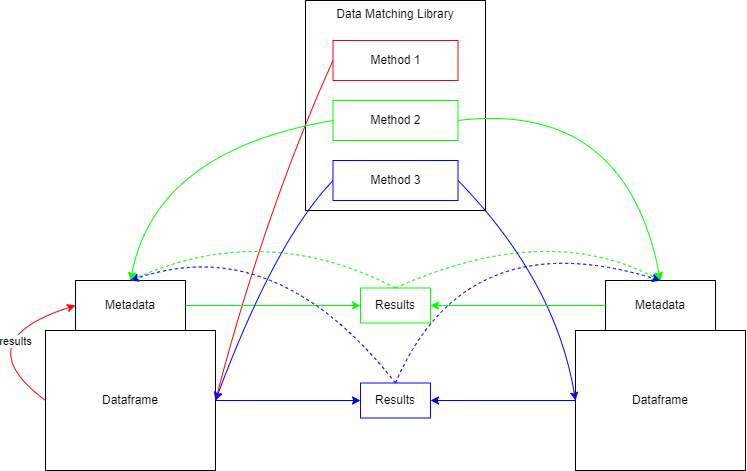
The draw.io diagram figures/data_matching_library/data_matching_library.png in AAUDataDiscovery/AAUReport, before a commit. Source tidied: cells renumbered, new cells last; positions are measured from the earlier drawing's top-left corner, leaving out a move shared by most shapes. Source of this version:
```xml
<mxGraphModel>
  <root>
    <mxCell id="0" />
    <mxCell id="1" parent="0" />
    <mxCell id="2" value="Data Matching Library" style="rounded=0;whiteSpace=wrap;html=1;verticalAlign=top;" parent="1" vertex="1">
      <mxGeometry x="340" width="180" height="210" as="geometry" />
    </mxCell>
    <mxCell id="3" value="Method 1" style="rounded=0;whiteSpace=wrap;html=1;strokeColor=#FF0000;" parent="1" vertex="1">
      <mxGeometry x="367.5" y="40" width="125" height="40" as="geometry" />
    </mxCell>
    <mxCell id="4" value="Method 2" style="rounded=0;whiteSpace=wrap;html=1;strokeColor=#00FF00;" parent="1" vertex="1">
      <mxGeometry x="367.5" y="100" width="125" height="40" as="geometry" />
    </mxCell>
    <mxCell id="5" value="Method 3" style="rounded=0;whiteSpace=wrap;html=1;strokeColor=#0000FF;" parent="1" vertex="1">
      <mxGeometry x="367.5" y="160" width="125" height="40" as="geometry" />
    </mxCell>
    <mxCell id="6" value="Dataframe" style="rounded=0;whiteSpace=wrap;html=1;verticalAlign=middle;" parent="1" vertex="1">
      <mxGeometry x="80" y="330" width="170" height="140" as="geometry" />
    </mxCell>
    <mxCell id="7" value="Metadata" style="rounded=0;whiteSpace=wrap;html=1;verticalAlign=middle;" parent="1" vertex="1">
      <mxGeometry x="110" y="280" width="110" height="50" as="geometry" />
    </mxCell>
    <mxCell id="8" value="Dataframe" style="rounded=0;whiteSpace=wrap;html=1;verticalAlign=middle;" parent="1" vertex="1">
      <mxGeometry x="610" y="330" width="170" height="140" as="geometry" />
    </mxCell>
    <mxCell id="9" value="Metadata" style="rounded=0;whiteSpace=wrap;html=1;verticalAlign=middle;" parent="1" vertex="1">
      <mxGeometry x="640" y="280" width="110" height="50" as="geometry" />
    </mxCell>
    <mxCell id="10" style="curved=1;endArrow=classic;html=1;rounded=0;exitX=0;exitY=0.5;exitDx=0;exitDy=0;entryX=1;entryY=0.5;entryDx=0;entryDy=0;strokeColor=#FF0000;" parent="1" edge="1" source="3" target="6">
      <mxGeometry relative="1" as="geometry">
        <Array as="points">
          <mxPoint x="300" y="210" />
        </Array>
      </mxGeometry>
    </mxCell>
    <mxCell id="11" style="curved=1;endArrow=classic;html=1;rounded=0;entryX=0;entryY=0.5;entryDx=0;entryDy=0;strokeColor=#FF0000;exitX=0;exitY=0.5;exitDx=0;exitDy=0;" parent="1" edge="1" source="6" target="7">
      <mxGeometry relative="1" as="geometry">
        <Array as="points">
          <mxPoint y="340" />
        </Array>
      </mxGeometry>
    </mxCell>
    <mxCell id="12" value="results" style="edgeLabel;html=1;align=center;verticalAlign=middle;" parent="11" vertex="1">
      <mxGeometry x="0.61" y="-4" relative="1" as="geometry">
        <mxPoint x="-22" y="19" as="offset" />
      </mxGeometry>
    </mxCell>
    <mxCell id="13" style="curved=1;endArrow=classic;html=1;rounded=0;strokeColor=#00FF00;exitX=0;exitY=0.5;exitDx=0;exitDy=0;entryX=0.5;entryY=0;entryDx=0;entryDy=0;" parent="1" edge="1" source="4" target="7">
      <mxGeometry relative="1" as="geometry">
        <Array as="points">
          <mxPoint x="190" y="150" />
        </Array>
      </mxGeometry>
    </mxCell>
    <mxCell id="14" style="curved=1;endArrow=classic;html=1;rounded=0;strokeColor=#00FF00;exitX=1;exitY=0.5;exitDx=0;exitDy=0;entryX=0.5;entryY=0;entryDx=0;entryDy=0;" parent="1" edge="1" source="4" target="9">
      <mxGeometry relative="1" as="geometry">
        <Array as="points">
          <mxPoint x="660" y="100" />
        </Array>
      </mxGeometry>
    </mxCell>
    <mxCell id="15" style="endArrow=classic;html=1;rounded=0;strokeColor=#00FF00;entryX=0;entryY=0.5;entryDx=0;entryDy=0;exitX=1;exitY=0.5;exitDx=0;exitDy=0;" parent="1" edge="1" source="7" target="16">
      <mxGeometry relative="1" as="geometry" />
    </mxCell>
    <mxCell id="16" value="Results" style="rounded=0;whiteSpace=wrap;html=1;strokeColor=#00FF00;" parent="1" vertex="1">
      <mxGeometry x="395" y="287.5" width="70" height="35" as="geometry" />
    </mxCell>
    <mxCell id="17" style="curved=1;endArrow=classic;html=1;rounded=0;strokeColor=#00FF00;exitX=0.5;exitY=0;exitDx=0;exitDy=0;entryX=0.5;entryY=0;entryDx=0;entryDy=0;dashed=1;" parent="1" edge="1" source="16" target="7">
      <mxGeometry relative="1" as="geometry">
        <Array as="points">
          <mxPoint x="300" y="220" />
        </Array>
      </mxGeometry>
    </mxCell>
    <mxCell id="18" style="curved=1;endArrow=classic;html=1;rounded=0;strokeColor=#00FF00;exitX=0.5;exitY=0;exitDx=0;exitDy=0;entryX=0.5;entryY=0;entryDx=0;entryDy=0;dashed=1;" parent="1" edge="1" source="16" target="9">
      <mxGeometry relative="1" as="geometry">
        <Array as="points">
          <mxPoint x="580" y="220" />
        </Array>
      </mxGeometry>
    </mxCell>
    <mxCell id="19" style="curved=1;endArrow=classic;html=1;rounded=0;strokeColor=#0000FF;exitX=0;exitY=0.5;exitDx=0;exitDy=0;entryX=1;entryY=0.5;entryDx=0;entryDy=0;" parent="1" edge="1" source="5" target="6">
      <mxGeometry relative="1" as="geometry">
        <Array as="points">
          <mxPoint x="310" y="240" />
        </Array>
      </mxGeometry>
    </mxCell>
    <mxCell id="20" style="curved=1;endArrow=classic;html=1;rounded=0;strokeColor=#0000FF;exitX=1;exitY=0.5;exitDx=0;exitDy=0;entryX=0;entryY=0.5;entryDx=0;entryDy=0;" parent="1" edge="1" source="5" target="8">
      <mxGeometry relative="1" as="geometry">
        <Array as="points">
          <mxPoint x="590" y="280" />
        </Array>
      </mxGeometry>
    </mxCell>
    <mxCell id="21" style="endArrow=classic;html=1;rounded=0;strokeColor=#00FF00;entryX=1;entryY=0.5;entryDx=0;entryDy=0;exitX=0;exitY=0.5;exitDx=0;exitDy=0;" parent="1" edge="1" source="9" target="16">
      <mxGeometry relative="1" as="geometry" />
    </mxCell>
    <mxCell id="22" value="Results" style="rounded=0;whiteSpace=wrap;html=1;strokeColor=#0000FF;" parent="1" vertex="1">
      <mxGeometry x="395" y="382.5" width="70" height="35" as="geometry" />
    </mxCell>
    <mxCell id="23" style="endArrow=classic;html=1;rounded=0;strokeColor=#0000FF;entryX=0;entryY=0.5;entryDx=0;entryDy=0;exitX=1;exitY=0.5;exitDx=0;exitDy=0;" parent="1" edge="1" source="6" target="22">
      <mxGeometry relative="1" as="geometry" />
    </mxCell>
    <mxCell id="24" style="endArrow=classic;html=1;rounded=0;strokeColor=#0000FF;entryX=1;entryY=0.5;entryDx=0;entryDy=0;exitX=0;exitY=0.5;exitDx=0;exitDy=0;" parent="1" edge="1" source="8" target="22">
      <mxGeometry relative="1" as="geometry" />
    </mxCell>
    <mxCell id="25" style="curved=1;endArrow=classic;html=1;rounded=0;strokeColor=#0000FF;exitX=0.5;exitY=0;exitDx=0;exitDy=0;entryX=0.5;entryY=0;entryDx=0;entryDy=0;dashed=1;" parent="1" edge="1" source="22" target="7">
      <mxGeometry relative="1" as="geometry">
        <Array as="points">
          <mxPoint x="310" y="230" />
        </Array>
      </mxGeometry>
    </mxCell>
    <mxCell id="26" style="curved=1;endArrow=classic;html=1;rounded=0;strokeColor=#0000FF;exitX=0.5;exitY=0;exitDx=0;exitDy=0;entryX=0.5;entryY=0;entryDx=0;entryDy=0;dashed=1;" parent="1" edge="1" source="22" target="9">
      <mxGeometry relative="1" as="geometry">
        <Array as="points">
          <mxPoint x="500" y="220" />
        </Array>
      </mxGeometry>
    </mxCell>
  </root>
</mxGraphModel>
```
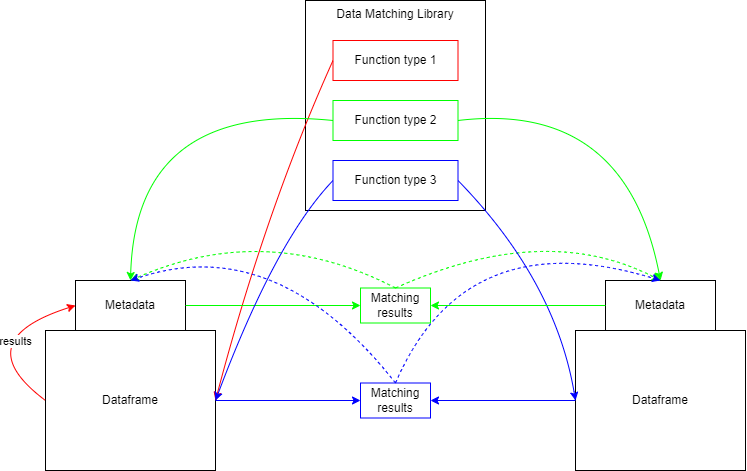
Later version of the same file.

Commit message:
Better clarity

What changed in the source:
```diff
@@ -5,13 +5,13 @@
     <mxCell id="2" value="Data Matching Library" style="rounded=0;whiteSpace=wrap;html=1;verticalAlign=top;" parent="1" vertex="1">
       <mxGeometry x="340" width="180" height="210" as="geometry" />
     </mxCell>
-    <mxCell id="3" value="Method 1" style="rounded=0;whiteSpace=wrap;html=1;strokeColor=#FF0000;" parent="1" vertex="1">
+    <mxCell id="3" value="Function type 1" style="rounded=0;whiteSpace=wrap;html=1;strokeColor=#FF0000;" parent="1" vertex="1">
       <mxGeometry x="367.5" y="40" width="125" height="40" as="geometry" />
     </mxCell>
-    <mxCell id="4" value="Method 2" style="rounded=0;whiteSpace=wrap;html=1;strokeColor=#00FF00;" parent="1" vertex="1">
+    <mxCell id="4" value="Function type 2" style="rounded=0;whiteSpace=wrap;html=1;strokeColor=#00FF00;" parent="1" vertex="1">
       <mxGeometry x="367.5" y="100" width="125" height="40" as="geometry" />
     </mxCell>
-    <mxCell id="5" value="Method 3" style="rounded=0;whiteSpace=wrap;html=1;strokeColor=#0000FF;" parent="1" vertex="1">
+    <mxCell id="5" value="Function type 3" style="rounded=0;whiteSpace=wrap;html=1;strokeColor=#0000FF;" parent="1" vertex="1">
       <mxGeometry x="367.5" y="160" width="125" height="40" as="geometry" />
     </mxCell>
     <mxCell id="6" value="Dataframe" style="rounded=0;whiteSpace=wrap;html=1;verticalAlign=middle;" parent="1" vertex="1">
@@ -48,7 +48,7 @@
     <mxCell id="13" style="curved=1;endArrow=classic;html=1;rounded=0;strokeColor=#00FF00;exitX=0;exitY=0.5;exitDx=0;exitDy=0;entryX=0.5;entryY=0;entryDx=0;entryDy=0;" parent="1" edge="1" source="4" target="7">
       <mxGeometry relative="1" as="geometry">
         <Array as="points">
-          <mxPoint x="190" y="150" />
+          <mxPoint x="170" y="100" />
         </Array>
       </mxGeometry>
     </mxCell>
@@ -62,7 +62,7 @@
     <mxCell id="15" style="endArrow=classic;html=1;rounded=0;strokeColor=#00FF00;entryX=0;entryY=0.5;entryDx=0;entryDy=0;exitX=1;exitY=0.5;exitDx=0;exitDy=0;" parent="1" edge="1" source="7" target="16">
       <mxGeometry relative="1" as="geometry" />
     </mxCell>
-    <mxCell id="16" value="Results" style="rounded=0;whiteSpace=wrap;html=1;strokeColor=#00FF00;" parent="1" vertex="1">
+    <mxCell id="16" value="Matching results" style="rounded=0;whiteSpace=wrap;html=1;strokeColor=#00FF00;" parent="1" vertex="1">
       <mxGeometry x="395" y="287.5" width="70" height="35" as="geometry" />
     </mxCell>
     <mxCell id="17" style="curved=1;endArrow=classic;html=1;rounded=0;strokeColor=#00FF00;exitX=0.5;exitY=0;exitDx=0;exitDy=0;entryX=0.5;entryY=0;entryDx=0;entryDy=0;dashed=1;" parent="1" edge="1" source="16" target="7">
@@ -96,7 +96,7 @@
     <mxCell id="21" style="endArrow=classic;html=1;rounded=0;strokeColor=#00FF00;entryX=1;entryY=0.5;entryDx=0;entryDy=0;exitX=0;exitY=0.5;exitDx=0;exitDy=0;" parent="1" edge="1" source="9" target="16">
       <mxGeometry relative="1" as="geometry" />
     </mxCell>
-    <mxCell id="22" value="Results" style="rounded=0;whiteSpace=wrap;html=1;strokeColor=#0000FF;" parent="1" vertex="1">
+    <mxCell id="22" value="Matching results" style="rounded=0;whiteSpace=wrap;html=1;strokeColor=#0000FF;" parent="1" vertex="1">
       <mxGeometry x="395" y="382.5" width="70" height="35" as="geometry" />
     </mxCell>
     <mxCell id="23" style="endArrow=classic;html=1;rounded=0;strokeColor=#0000FF;entryX=0;entryY=0.5;entryDx=0;entryDy=0;exitX=1;exitY=0.5;exitDx=0;exitDy=0;" parent="1" edge="1" source="6" target="22">
```
